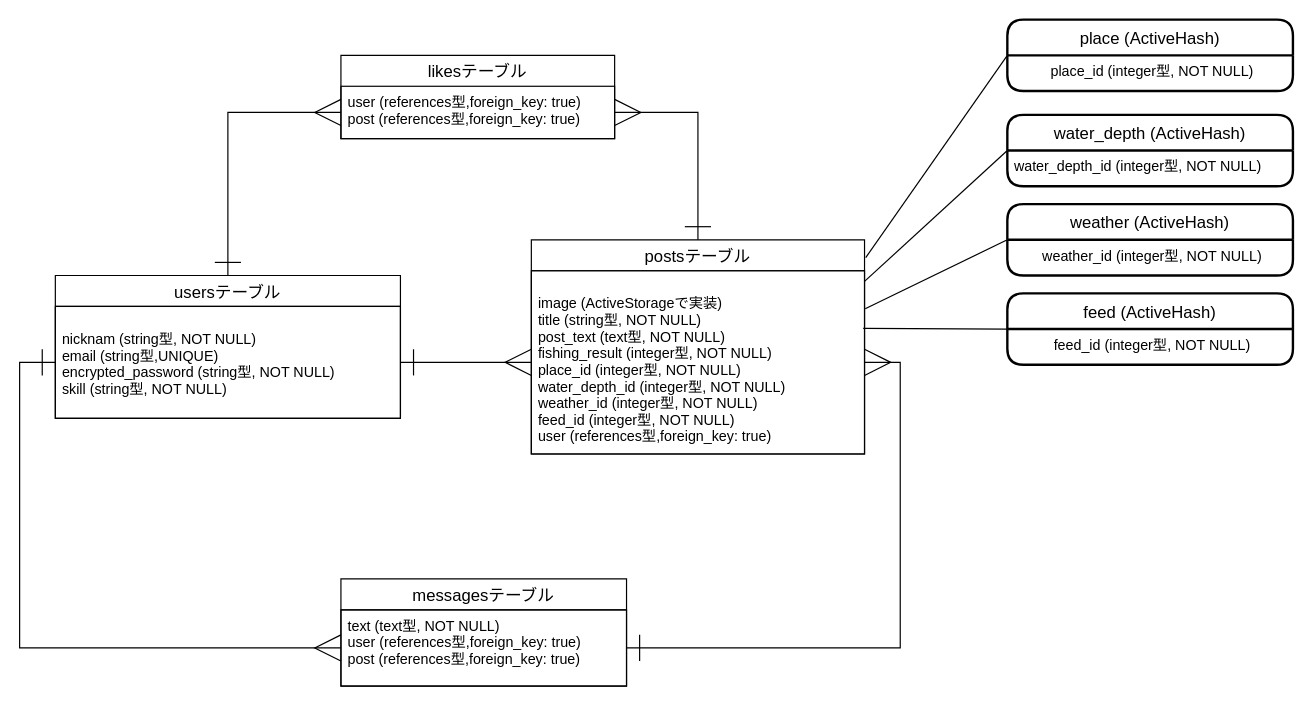
This is wakasagi.dio from WatanabeSyoya/wakasagi-3136, a draw.io file, before an edit. Source tidied: cells renumbered, new cells numbered last; positions are measured from the earlier drawing's top-left corner, leaving out a move shared by most shapes. Both pictures are drawn from the tidied source at 119%, with x=0, y=0 at pixel (55, 19).
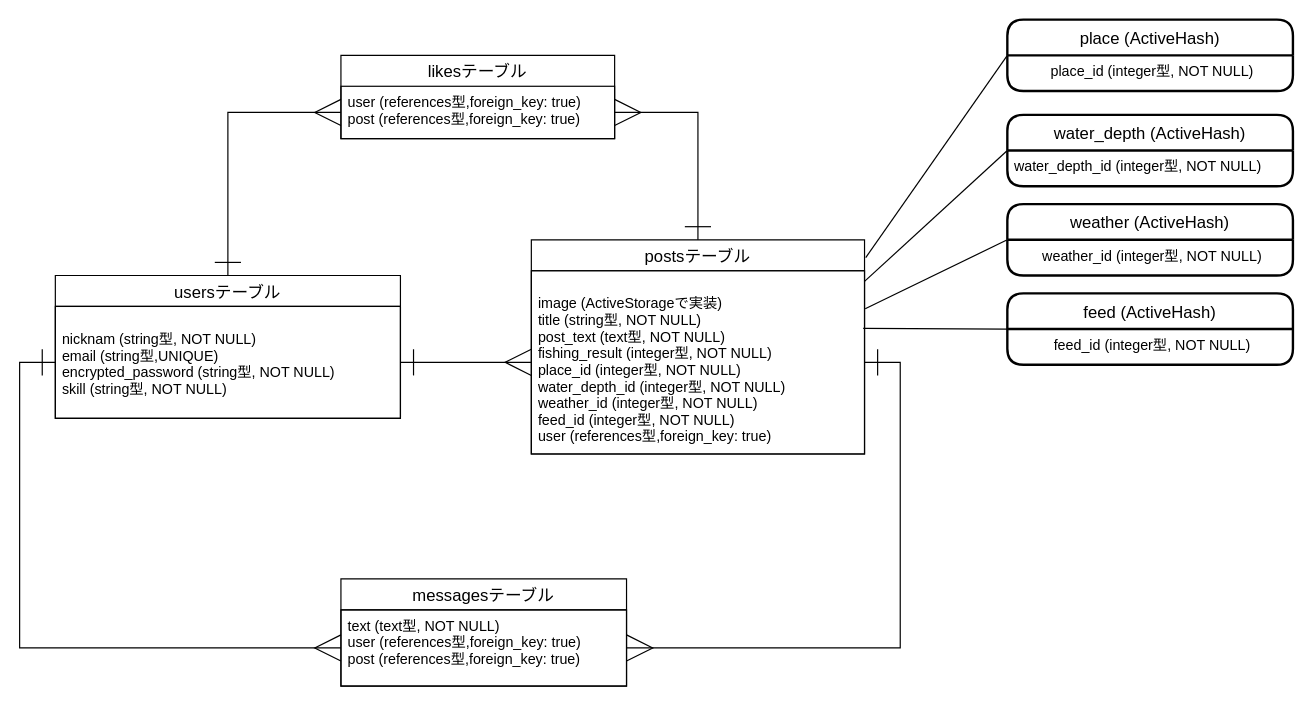
Above is the later version.

Unchanged cells that the change refers to:
```xml
<mxCell id="5" value="&#10;image (ActiveStorageで実装)&#10;title (string型, NOT NULL)&#10;post_text (text型, NOT NULL)&#10;fishing_result (integer型, NOT NULL)&#10;place_id (integer型, NOT NULL)&#10;water_depth_id (integer型, NOT NULL)&#10;weather_id (integer型, NOT NULL)&#10;feed_id (integer型, NOT NULL)&#10;user (references型,foreign_key: true)" style="text;fillColor=none;spacingLeft=4;spacingRight=4;overflow=hidden;points=[[0,0.5],[1,0.5]];portConstraint=eastwest;fontSize=12;strokeColor=#000000;fontColor=#000000;" parent="4" vertex="1">
  <mxGeometry y="26" width="280" height="154" as="geometry" />
</mxCell>
<mxCell id="9" value="text (text型, NOT NULL)&#10;user (references型,foreign_key: true)&#10;post (references型,foreign_key: true)" style="text;fillColor=none;spacingLeft=4;spacingRight=4;overflow=hidden;points=[[0,0.5],[1,0.5]];portConstraint=eastwest;fontSize=12;strokeColor=#000000;fontColor=#000000;" parent="8" vertex="1">
  <mxGeometry y="26" width="240" height="64" as="geometry" />
</mxCell>
```

What changed in the source:
```diff
@@
-    <mxCell id="14" style="edgeStyle=orthogonalEdgeStyle;rounded=0;jettySize=auto;html=1;exitX=1;exitY=0.5;exitDx=0;exitDy=0;entryX=1;entryY=0.5;entryDx=0;entryDy=0;startArrow=ERone;startFill=0;endArrow=ERmany;endFill=0;endSize=20;startSize=20;strokeColor=#000000;fontColor=#000000;" parent="1" edge="1" source="9" target="5">
+    <mxCell id="14" style="edgeStyle=orthogonalEdgeStyle;rounded=0;jettySize=auto;html=1;exitX=1;exitY=0.5;exitDx=0;exitDy=0;entryX=1;entryY=0.5;entryDx=0;entryDy=0;startArrow=ERmany;startFill=0;endArrow=ERone;endFill=0;endSize=20;startSize=20;strokeColor=#000000;fontColor=#000000;" parent="1" edge="1" source="9" target="5">
       <mxGeometry relative="1" as="geometry" />
     </mxCell>
```
